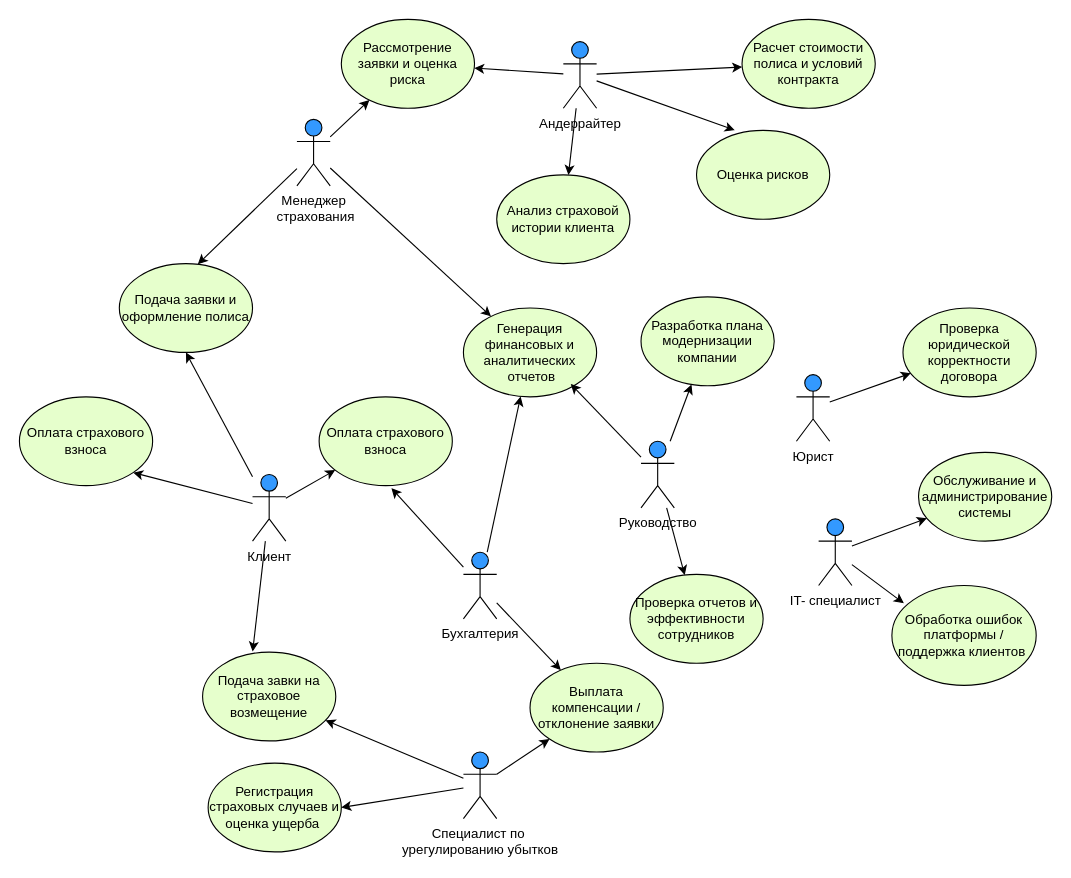
The draw.io diagram lab4/Диаграмма вариантов использования.drawio in GutsuNikolai/PSI, before the edit. Source tidied: cells renumbered, new cells numbered last; positions are measured from the earlier drawing's top-left corner, leaving out a move shared by most shapes. Both pictures are drawn from the tidied source at 111%, with x=0, y=0 at pixel (19, 19).
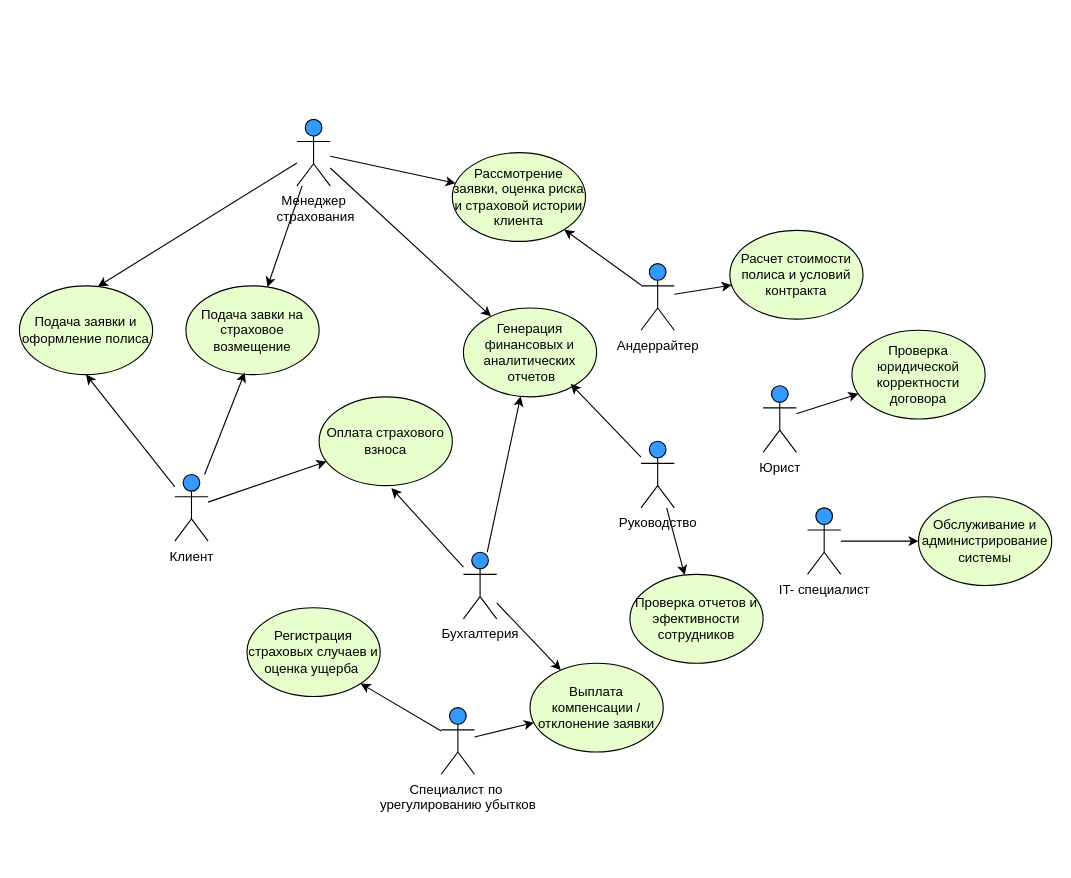
Above is the later version.

Unchanged cells that the change refers to:
```xml
<mxCell id="3" value="Менеджер&lt;div&gt;&amp;nbsp;страхования&lt;/div&gt;" style="shape=umlActor;verticalLabelPosition=bottom;verticalAlign=top;html=1;outlineConnect=0;fillColor=#3399FF;" parent="1" vertex="1">
  <mxGeometry x="250" y="90" width="30" height="60" as="geometry" />
</mxCell>
<mxCell id="43" value="Руководство" style="shape=umlActor;verticalLabelPosition=bottom;verticalAlign=top;html=1;outlineConnect=0;fillColor=#3399FF;" parent="1" vertex="1">
  <mxGeometry x="560" y="380" width="30" height="60" as="geometry" />
</mxCell>
```

What changed in the source:
```diff
@@
     <mxCell id="2" value="Клиент" style="shape=umlActor;verticalLabelPosition=bottom;verticalAlign=top;html=1;outlineConnect=0;fillColor=#3399FF;" parent="1" vertex="1">
-      <mxGeometry x="210" y="410" width="30" height="60" as="geometry" />
+      <mxGeometry x="140" y="410" width="30" height="60" as="geometry" />
     </mxCell>
@@
     <mxCell id="4" value="IT- специалист" style="shape=umlActor;verticalLabelPosition=bottom;verticalAlign=top;html=1;outlineConnect=0;fillColor=#3399FF;" parent="1" vertex="1">
-      <mxGeometry x="720" y="450" width="30" height="60" as="geometry" />
+      <mxGeometry x="710" y="440" width="30" height="60" as="geometry" />
     </mxCell>
@@
     <mxCell id="6" value="Юрист" style="shape=umlActor;verticalLabelPosition=bottom;verticalAlign=top;html=1;outlineConnect=0;fillColor=#3399FF;" parent="1" vertex="1">
-      <mxGeometry x="700" y="320" width="30" height="60" as="geometry" />
+      <mxGeometry x="670" y="330" width="30" height="60" as="geometry" />
     </mxCell>
@@
-    <mxCell id="8" value="Оплата страхового взноса" style="ellipse;whiteSpace=wrap;html=1;fillColor=#E6FFCC;" parent="1" vertex="1">
-      <mxGeometry y="340" width="120" height="80" as="geometry" />
-    </mxCell>
     <mxCell id="9" value="Подача завки на страховое возмещение" style="ellipse;whiteSpace=wrap;html=1;fillColor=#E6FFCC;" parent="1" vertex="1">
-      <mxGeometry x="165" y="570" width="120" height="80" as="geometry" />
+      <mxGeometry x="150" y="240" width="120" height="80" as="geometry" />
     </mxCell>
-    <mxCell id="10" value="Рассмотрение заявки и оценка риска" style="ellipse;whiteSpace=wrap;html=1;fillColor=#E6FFCC;" parent="1" vertex="1">
-      <mxGeometry x="290" width="120" height="80" as="geometry" />
+    <mxCell id="10" value="Рассмотрение заявки, оценка риска и страховой истории клиента" style="ellipse;whiteSpace=wrap;html=1;fillColor=#E6FFCC;" parent="1" vertex="1">
+      <mxGeometry x="390" y="120" width="120" height="80" as="geometry" />
     </mxCell>
@@
     <mxCell id="13" value="Проверка юридической корректности договора" style="ellipse;whiteSpace=wrap;html=1;fillColor=#E6FFCC;" parent="1" vertex="1">
-      <mxGeometry x="796" y="260" width="120" height="80" as="geometry" />
+      <mxGeometry x="750" y="280" width="120" height="80" as="geometry" />
     </mxCell>
     <mxCell id="14" value="Обслуживание и администрирование системы" style="ellipse;whiteSpace=wrap;html=1;fillColor=#E6FFCC;" parent="1" vertex="1">
-      <mxGeometry x="810" y="390" width="120" height="80" as="geometry" />
+      <mxGeometry x="810" y="430" width="120" height="80" as="geometry" />
     </mxCell>
-    <mxCell id="15" value="Обработка ошибок платформы / поддержка клиентов&amp;nbsp;" style="ellipse;whiteSpace=wrap;html=1;fillColor=#E6FFCC;" parent="1" vertex="1">
-      <mxGeometry x="786" y="510" width="130" height="90" as="geometry" />
-    </mxCell>
     <mxCell id="16" value="Подача заявки и оформление полиса" style="ellipse;whiteSpace=wrap;html=1;fillColor=#E6FFCC;" parent="1" vertex="1">
-      <mxGeometry x="90" y="220" width="120" height="80" as="geometry" />
+      <mxGeometry y="240" width="120" height="80" as="geometry" />
     </mxCell>
     <mxCell id="17" value="Расчет стоимости полиса и условий контракта" style="ellipse;whiteSpace=wrap;html=1;fillColor=#E6FFCC;" parent="1" vertex="1">
-      <mxGeometry x="651" width="120" height="80" as="geometry" />
+      <mxGeometry x="640" y="190" width="120" height="80" as="geometry" />
     </mxCell>
-    <mxCell id="18" value="Оценка рисков" style="ellipse;whiteSpace=wrap;html=1;fillColor=#E6FFCC;" parent="1" vertex="1">
-      <mxGeometry x="610" y="100" width="120" height="80" as="geometry" />
-    </mxCell>
     <mxCell id="19" value="Андеррайтер" style="shape=umlActor;verticalLabelPosition=bottom;verticalAlign=top;html=1;outlineConnect=0;fillColor=#3399FF;" parent="1" vertex="1">
-      <mxGeometry x="490" y="20" width="30" height="60" as="geometry" />
+      <mxGeometry x="560" y="220" width="30" height="60" as="geometry" />
     </mxCell>
     <mxCell id="20" value="Специалист по&amp;nbsp;&lt;div&gt;урегулированию убытков&lt;/div&gt;" style="shape=umlActor;verticalLabelPosition=bottom;verticalAlign=top;html=1;outlineConnect=0;fillColor=#3399FF;" parent="1" vertex="1">
-      <mxGeometry x="400" y="660" width="30" height="60" as="geometry" />
+      <mxGeometry x="380" y="620" width="30" height="60" as="geometry" />
     </mxCell>
-    <mxCell id="21" value="Анализ страховой истории клиента" style="ellipse;whiteSpace=wrap;html=1;fillColor=#E6FFCC;" parent="1" vertex="1">
-      <mxGeometry x="430" y="140" width="120" height="80" as="geometry" />
-    </mxCell>
     <mxCell id="22" value="Регистрация страховых случаев и оценка ущерба&amp;nbsp;" style="ellipse;whiteSpace=wrap;html=1;fillColor=#E6FFCC;" parent="1" vertex="1">
-      <mxGeometry x="170" y="670" width="120" height="80" as="geometry" />
+      <mxGeometry x="205" y="530" width="120" height="80" as="geometry" />
     </mxCell>
@@
-    <mxCell id="27" style="endArrow=classic;html=1;rounded=0;entryX=0.376;entryY=-0.007;entryDx=0;entryDy=0;entryPerimeter=0;" parent="1" edge="1" source="2" target="9">
+    <mxCell id="27" style="endArrow=classic;html=1;rounded=0;entryX=0.442;entryY=0.975;entryDx=0;entryDy=0;entryPerimeter=0;" parent="1" edge="1" source="2" target="9">
       <mxGeometry relative="1" as="geometry" />
     </mxCell>
-    <mxCell id="28" style="endArrow=classic;html=1;rounded=0;" parent="1" edge="1" source="20" target="9">
-      <mxGeometry relative="1" as="geometry" />
-    </mxCell>
@@
-    <mxCell id="37" style="endArrow=classic;html=1;rounded=0;entryX=0.287;entryY=-0.003;entryDx=0;entryDy=0;entryPerimeter=0;" parent="1" edge="1" source="19" target="18">
-      <mxGeometry relative="1" as="geometry" />
-    </mxCell>
-    <mxCell id="38" style="endArrow=classic;html=1;rounded=0;entryX=0.083;entryY=0.178;entryDx=0;entryDy=0;entryPerimeter=0;" parent="1" edge="1" source="4" target="15">
-      <mxGeometry relative="1" as="geometry" />
-    </mxCell>
-    <mxCell id="39" style="endArrow=classic;html=1;rounded=0;entryX=1;entryY=1;entryDx=0;entryDy=0;" parent="1" edge="1" source="2" target="8">
-      <mxGeometry relative="1" as="geometry" />
-    </mxCell>
-    <mxCell id="40" style="endArrow=classic;html=1;rounded=0;" parent="1" edge="1" source="19" target="21">
-      <mxGeometry relative="1" as="geometry" />
-    </mxCell>
-    <mxCell id="41" style="endArrow=classic;html=1;rounded=0;entryX=1;entryY=0.5;entryDx=0;entryDy=0;" parent="1" edge="1" source="20" target="22">
+    <mxCell id="41" style="endArrow=classic;html=1;rounded=0;entryX=1;entryY=1;entryDx=0;entryDy=0;" parent="1" edge="1" source="20" target="22">
       <mxGeometry relative="1" as="geometry" />
     </mxCell>
@@
-    <mxCell id="45" value="Разработка плана модернизации компании" style="ellipse;whiteSpace=wrap;html=1;fillColor=#E6FFCC;" parent="1" vertex="1">
-      <mxGeometry x="560" y="250" width="120" height="80" as="geometry" />
-    </mxCell>
-    <mxCell id="46" style="endArrow=classic;html=1;rounded=0;" parent="1" edge="1" source="43" target="45">
-      <mxGeometry relative="1" as="geometry" />
-    </mxCell>
-    <mxCell id="47" value="Проверка отчетов и эффективности сотрудников" style="ellipse;whiteSpace=wrap;html=1;fillColor=#E6FFCC;" parent="1" vertex="1">
+    <mxCell id="47" value="Проверка отчетов и эфективности сотрудников" style="ellipse;whiteSpace=wrap;html=1;fillColor=#E6FFCC;" parent="1" vertex="1">
       <mxGeometry x="550" y="500" width="120" height="80" as="geometry" />
     </mxCell>
@@
+    <mxCell id="49" style="endArrow=classic;html=1;rounded=0;" parent="1" edge="1" source="3" target="9">
+      <mxGeometry relative="1" as="geometry" />
+    </mxCell>
```
